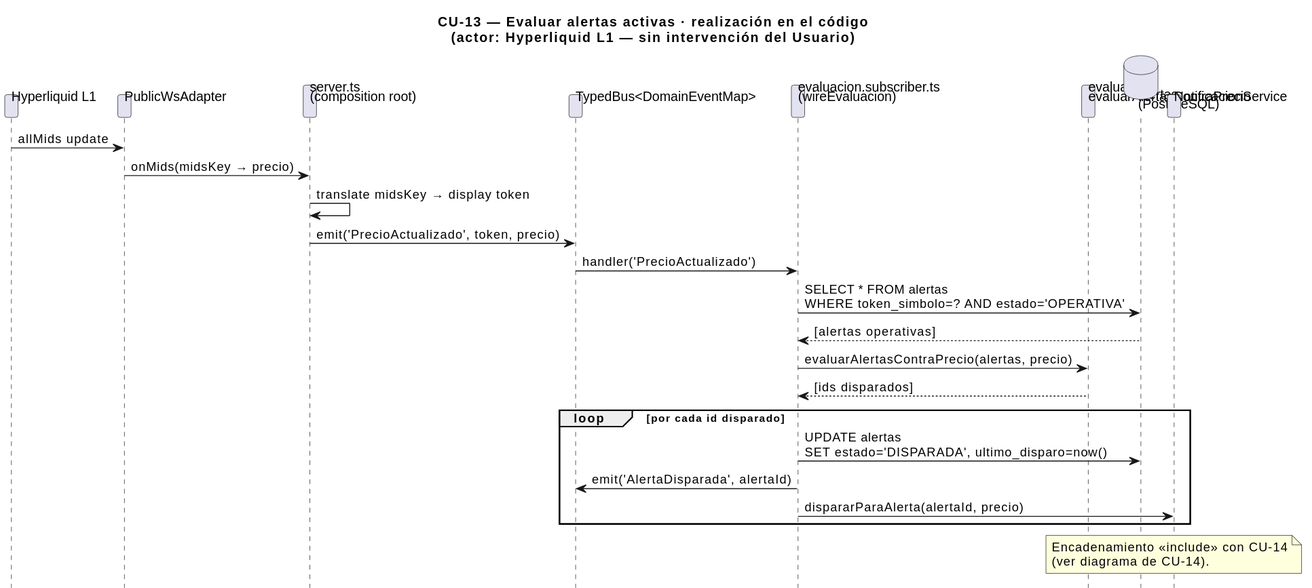
The PlantUML diagram imagenes/capitulosFinales/cu-13-secuencia.svg in nekiiiiis/tfg, before a commit.
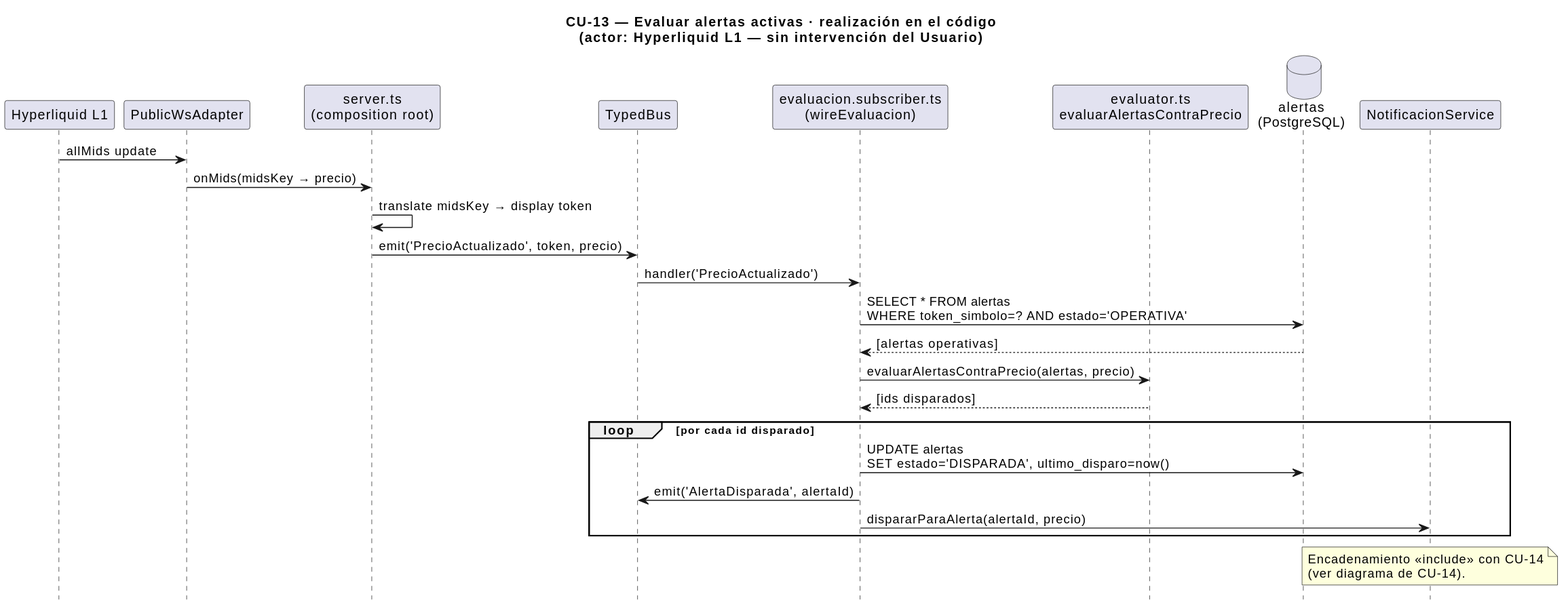
The same diagram one commit later.

Commit message:
fix(capitulosFinales): corregir cabeceras y cilindro en cu-13-secuencia

What changed in the source:
```diff
@@ -8,7 +8,7 @@
 participant "Hyperliquid L1" as L1
 participant "PublicWsAdapter" as Adapter
 participant "server.ts\n(composition root)" as Boot
-participant "TypedBus<DomainEventMap>" as Bus
+participant "TypedBus" as Bus
 participant "evaluacion.subscriber.ts\n(wireEvaluacion)" as Sub
 participant "evaluator.ts\nevaluarAlertasContraPrecio" as Eval
 database    "alertas\n(PostgreSQL)" as DB
```
